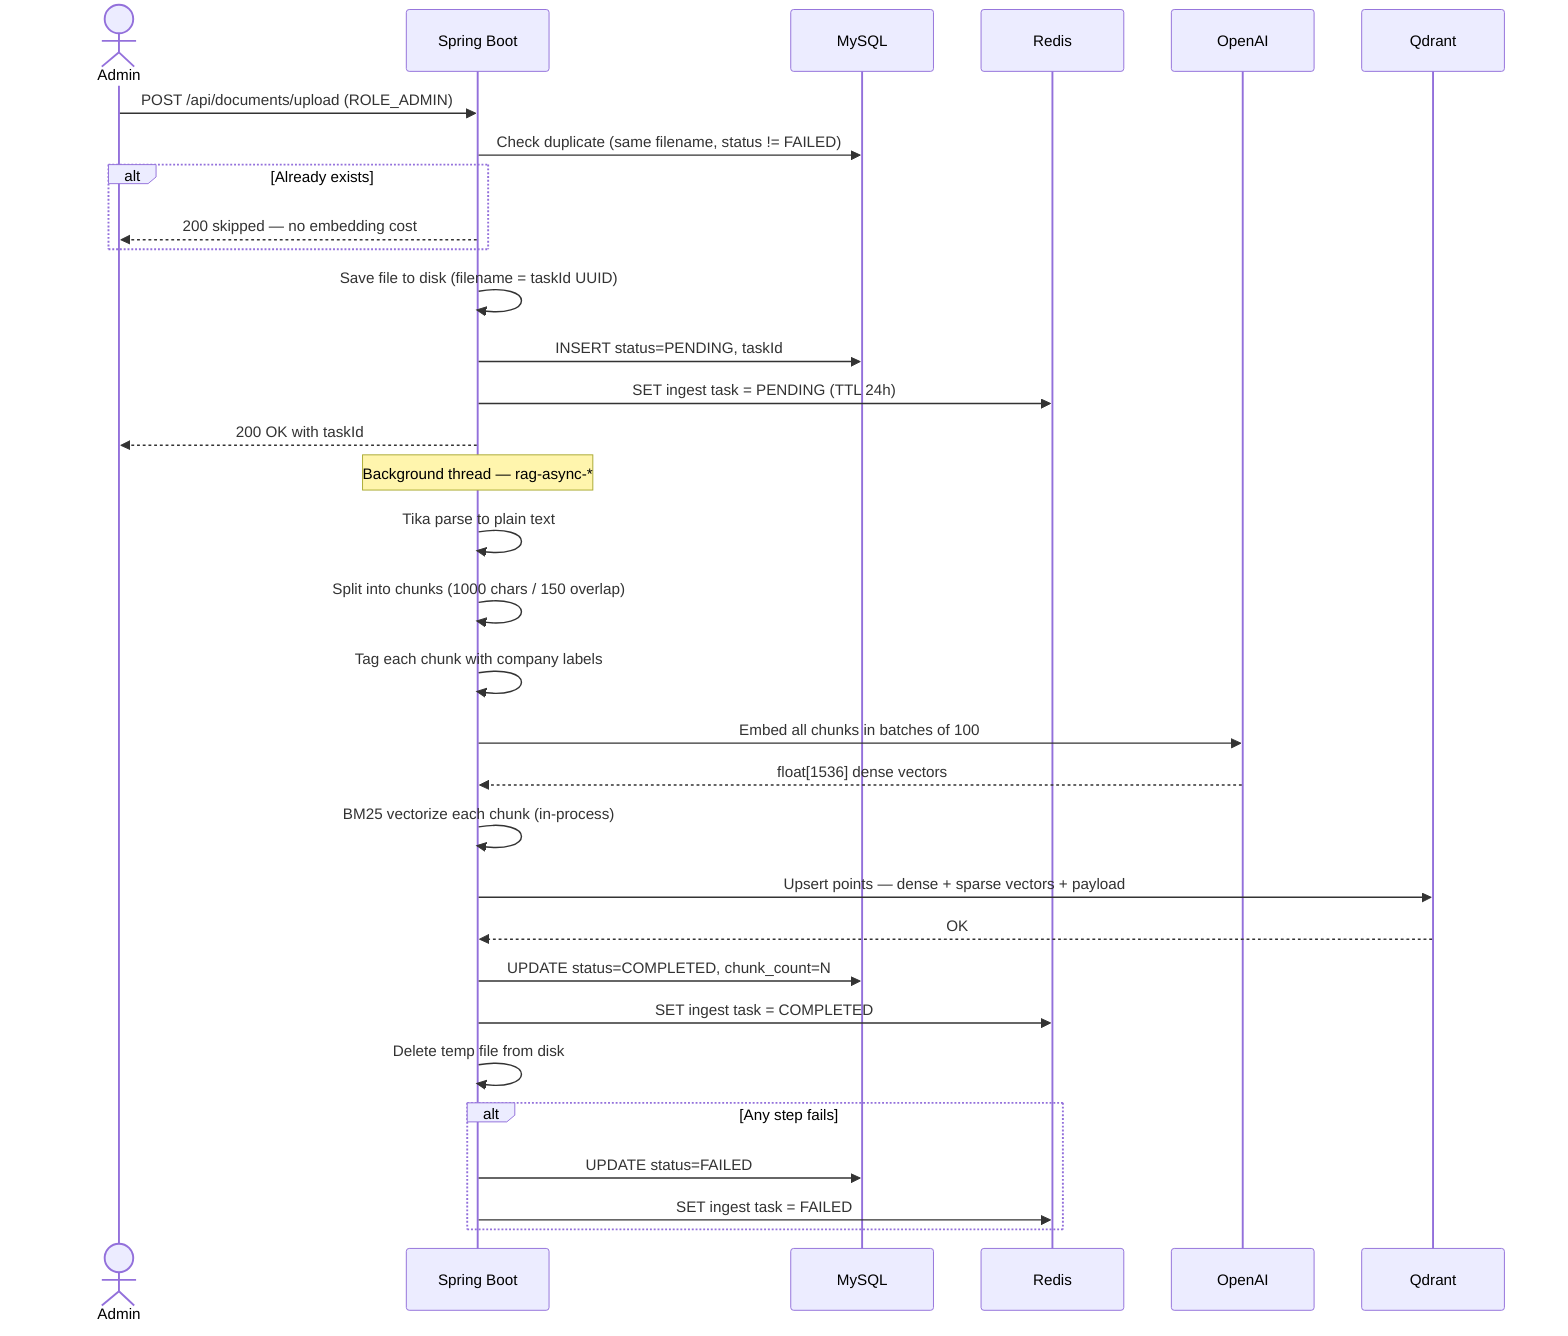
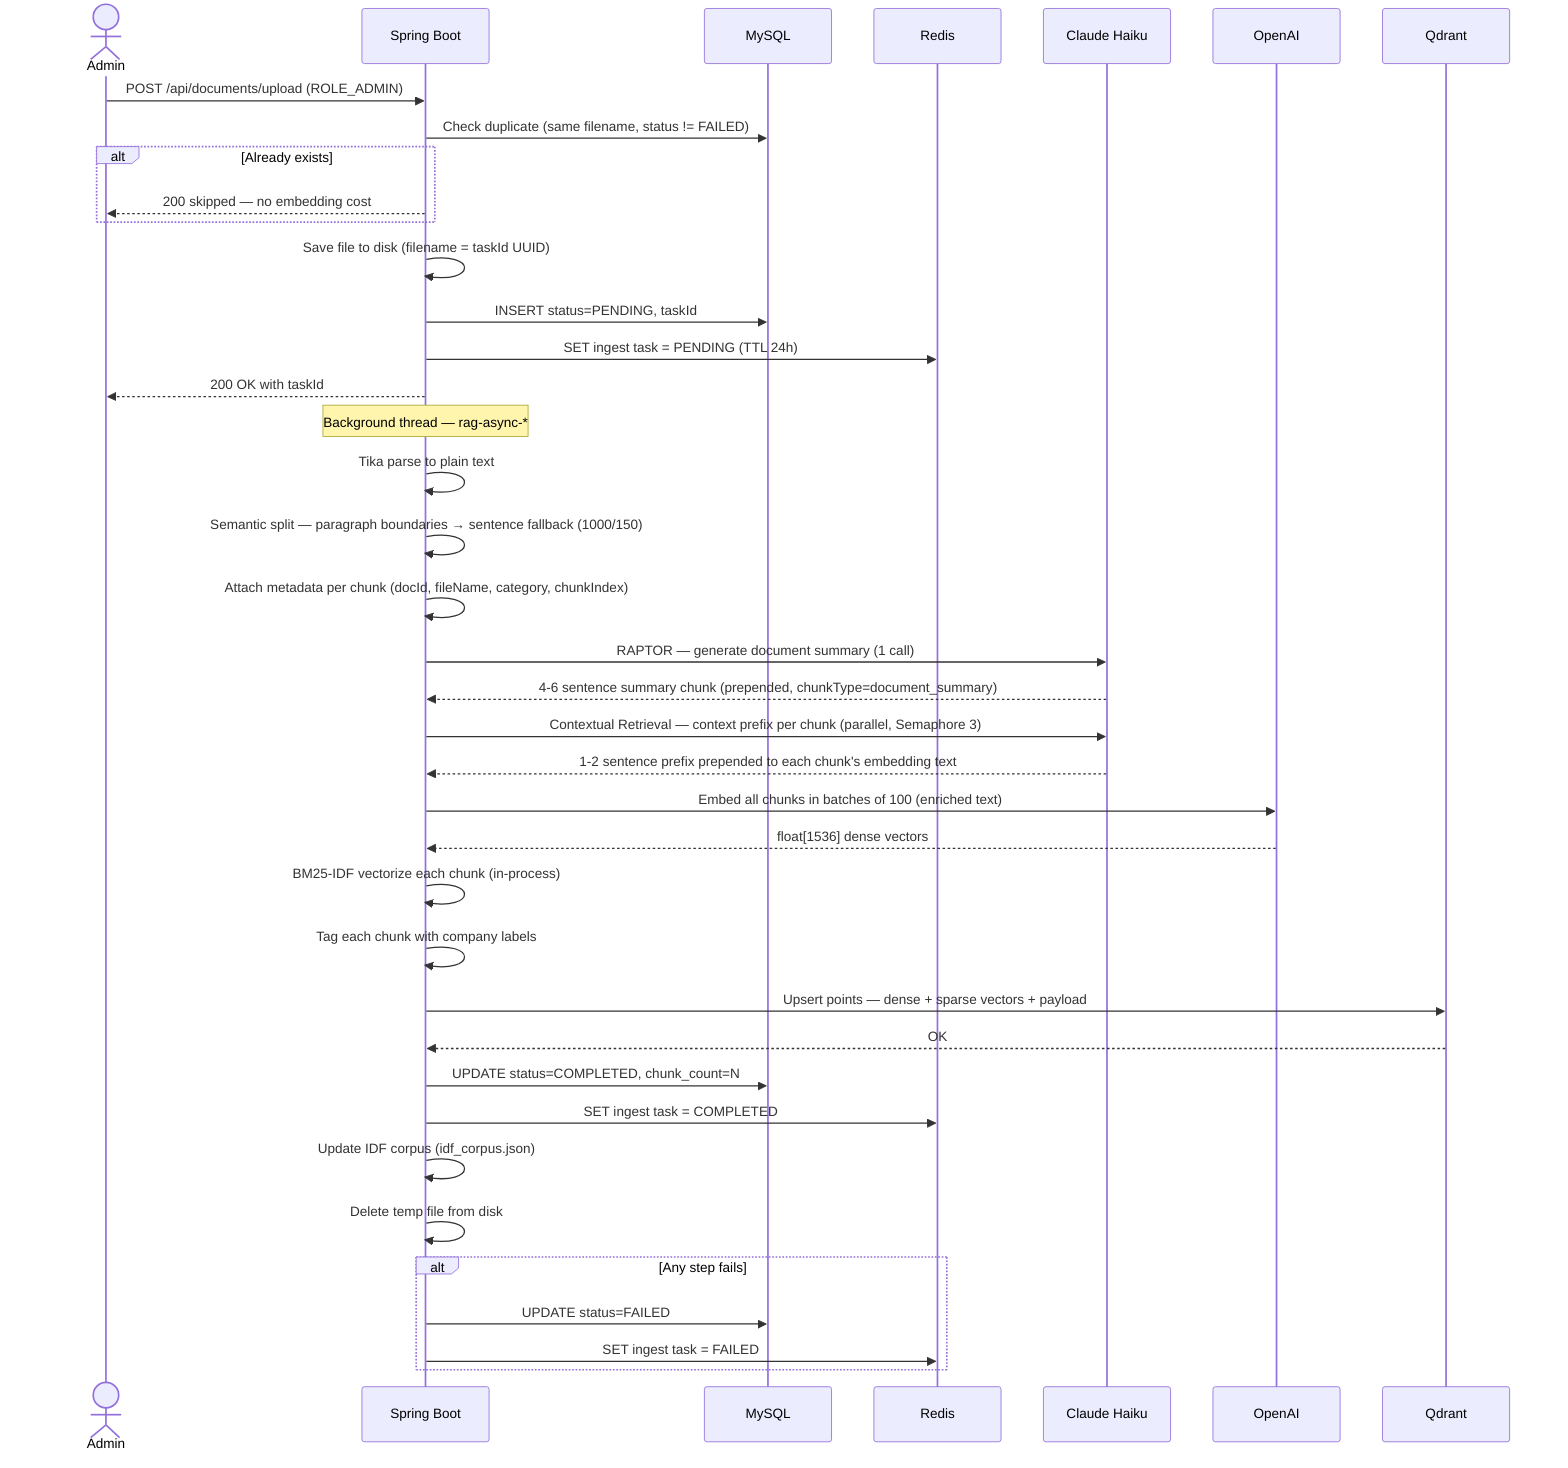
sequenceDiagram
    actor Admin
    participant API as Spring Boot
    participant MySQL
    participant Redis
+     participant Claude as Claude Haiku
    participant OpenAI
    participant Qdrant

    Admin->>API: POST /api/documents/upload (ROLE_ADMIN)

    API->>MySQL: Check duplicate (same filename, status != FAILED)
    alt Already exists
        API-->>Admin: 200 skipped — no embedding cost
    end

    API->>API: Save file to disk (filename = taskId UUID)
    API->>MySQL: INSERT status=PENDING, taskId
    API->>Redis: SET ingest task = PENDING (TTL 24h)
    API-->>Admin: 200 OK with taskId

    Note over API: Background thread — rag-async-*

    API->>API: Tika parse to plain text
-     API->>API: Split into chunks (1000 chars / 150 overlap)
-     API->>API: Tag each chunk with company labels
+     API->>API: Semantic split — paragraph boundaries → sentence fallback (1000/150)
+     API->>API: Attach metadata per chunk (docId, fileName, category, chunkIndex)

-     API->>OpenAI: Embed all chunks in batches of 100
+     API->>Claude: RAPTOR — generate document summary (1 call)
+     Claude-->>API: 4-6 sentence summary chunk (prepended, chunkType=document_summary)
+ 
+     API->>Claude: Contextual Retrieval — context prefix per chunk (parallel, Semaphore 3)
+     Claude-->>API: 1-2 sentence prefix prepended to each chunk's embedding text
+ 
+     API->>OpenAI: Embed all chunks in batches of 100 (enriched text)
    OpenAI-->>API: float[1536] dense vectors

-     API->>API: BM25 vectorize each chunk (in-process)
+     API->>API: BM25-IDF vectorize each chunk (in-process)
+     API->>API: Tag each chunk with company labels

    API->>Qdrant: Upsert points — dense + sparse vectors + payload
    Qdrant-->>API: OK

    API->>MySQL: UPDATE status=COMPLETED, chunk_count=N
    API->>Redis: SET ingest task = COMPLETED
+     API->>API: Update IDF corpus (idf_corpus.json)
    API->>API: Delete temp file from disk

    alt Any step fails
        API->>MySQL: UPDATE status=FAILED
        API->>Redis: SET ingest task = FAILED
    end
